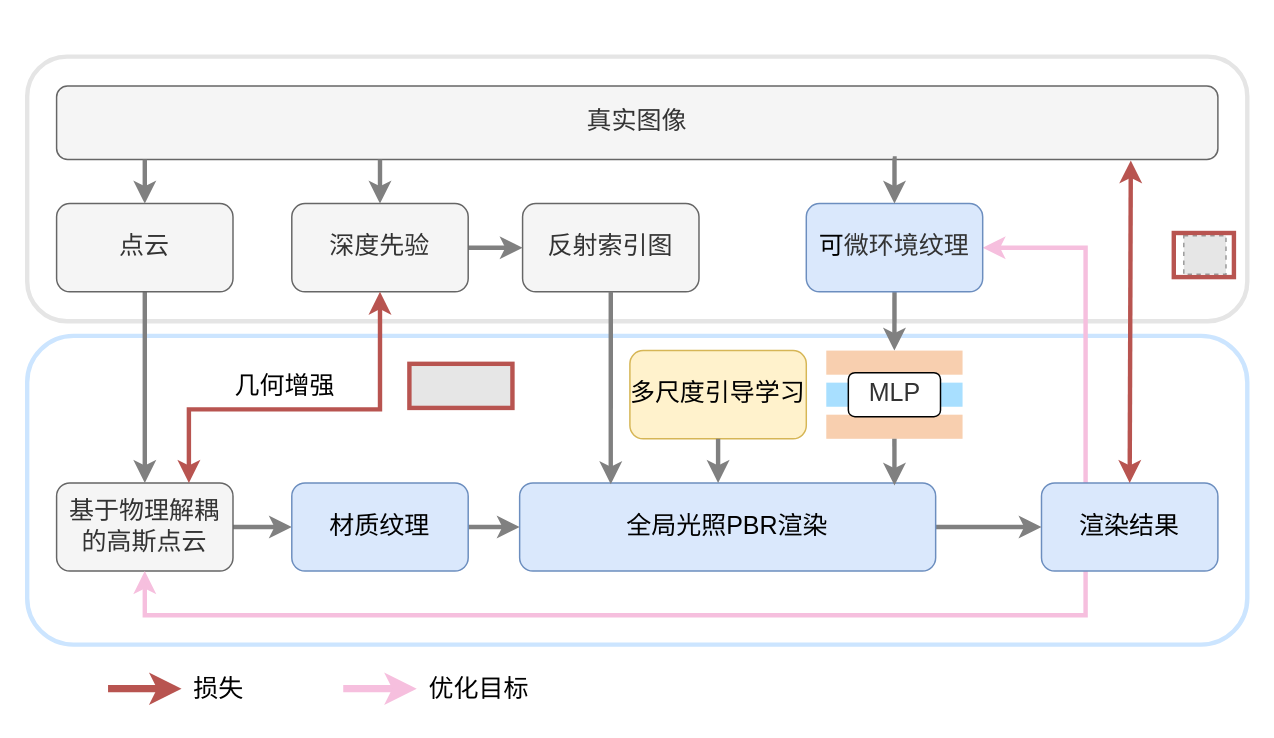
thEu-suisei/draw_io keeps this draw.io diagram as mid-term/总体框架（新）.drawio. Above is the earlier version. Source tidied: cells renumbered, new cells numbered last; positions are measured from the earlier drawing's top-left corner, leaving out a move shared by most shapes. Both pictures are drawn from the tidied source at 147%, with x=0, y=0 at pixel (26, 56). Pictures stored in the file or linked from it are replaced by grey dashed boxes.
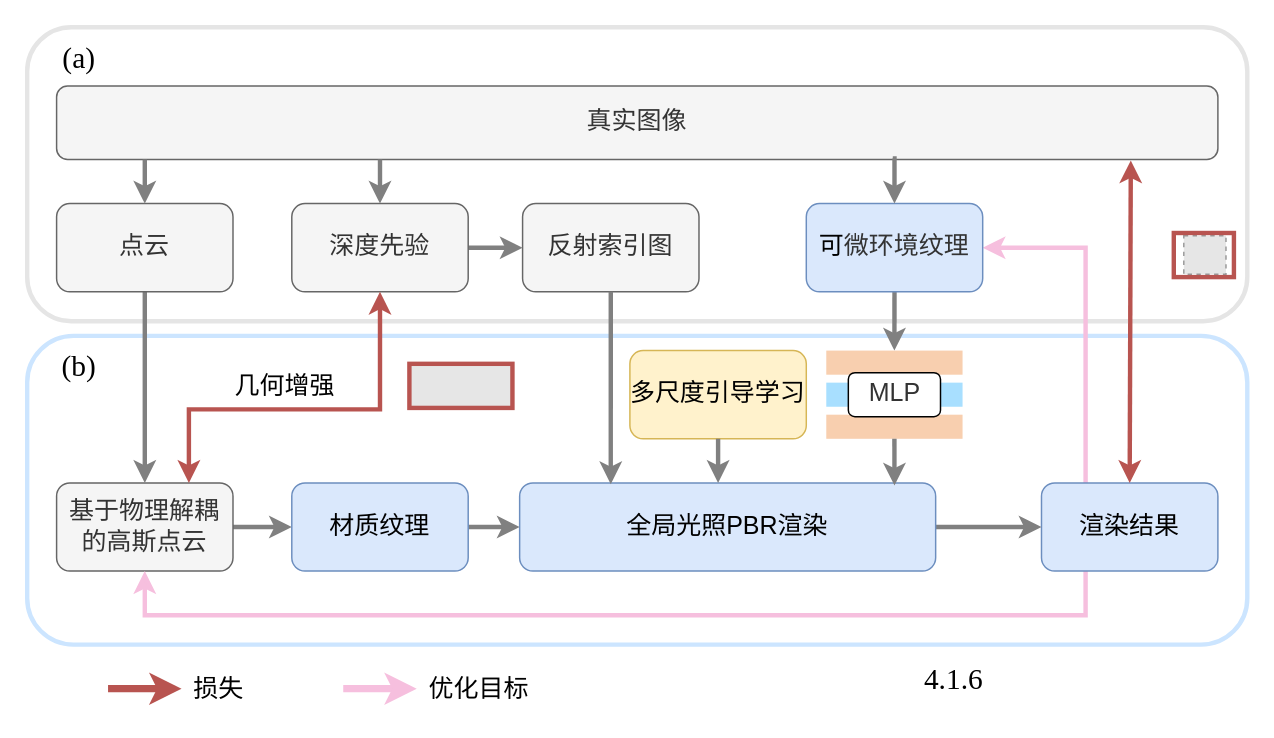
The same diagram, later.

Commit message:
更新总体框架（新）.drawio

The edit, as a diff of the source:
```diff
@@
     <mxCell id="3" style="rounded=1;whiteSpace=wrap;html=1;fillColor=none;fontColor=#333333;strokeColor=#E5E5E5;strokeWidth=3;" parent="1" vertex="1">
-      <mxGeometry width="830" height="180" as="geometry" />
+      <mxGeometry y="-20" width="830" height="200" as="geometry" />
     </mxCell>
@@
+    <mxCell id="46" value="&lt;font style=&quot;font-size: 20px;&quot;&gt;(a)&lt;/font&gt;" style="text;html=1;align=center;verticalAlign=middle;strokeColor=none;fillColor=none;fontFamily=Times New Roman;" parent="1" vertex="1">
+      <mxGeometry x="10" y="-20" width="50" height="40" as="geometry" />
+    </mxCell>
+    <mxCell id="47" value="&lt;font style=&quot;font-size: 20px;&quot;&gt;(b)&lt;/font&gt;" style="text;html=1;align=center;verticalAlign=middle;strokeColor=none;fillColor=none;fontFamily=Times New Roman;" parent="1" vertex="1">
+      <mxGeometry x="10" y="190" width="50" height="40" as="geometry" />
+    </mxCell>
+    <mxCell id="48" value="&lt;span style=&quot;font-family: &amp;quot;Times New Roman&amp;quot;; font-size: 20px;&quot;&gt;4.1.6&lt;/span&gt;" style="text;html=1;align=center;verticalAlign=middle;strokeColor=none;fillColor=none;" parent="1" vertex="1">
+      <mxGeometry x="600" y="403" width="60" height="40" as="geometry" />
+    </mxCell>
```
